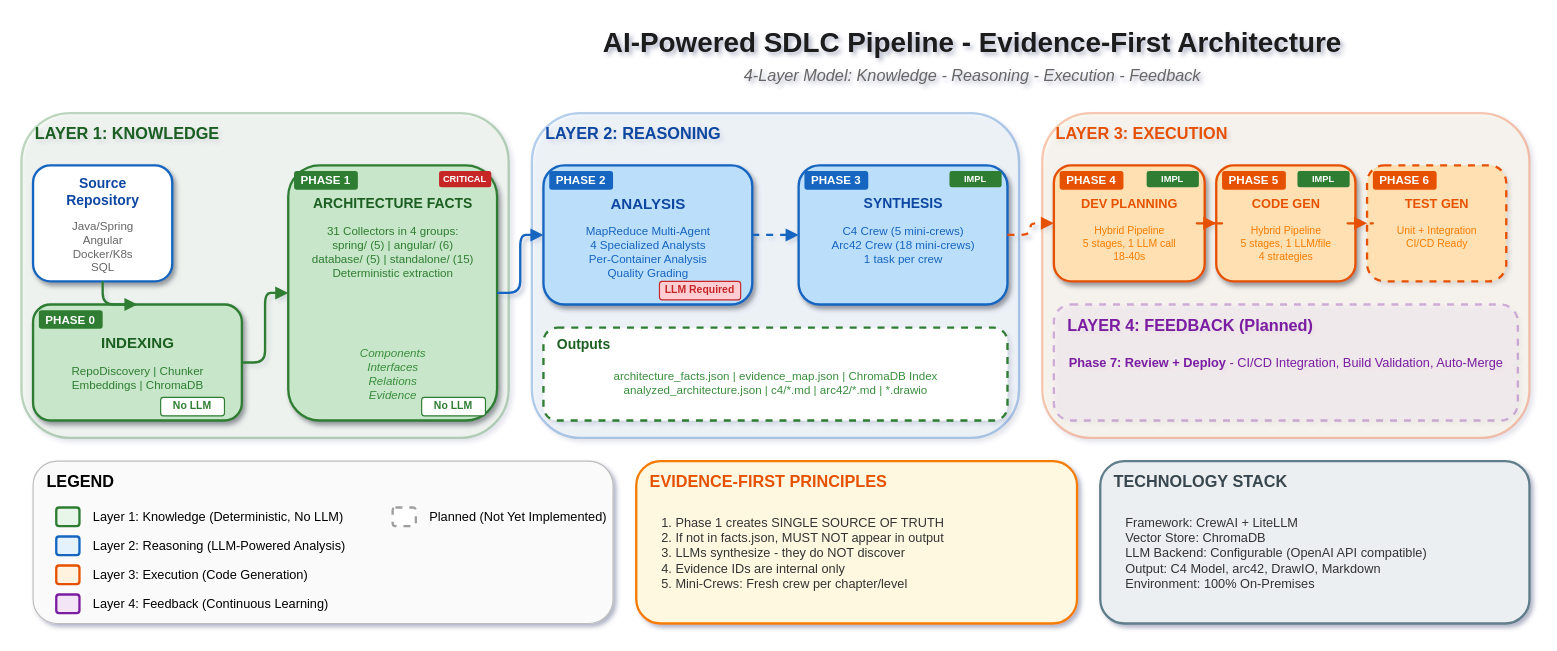
Before: docs/diagrams/pipeline-flow.drawio in aymenmastouri/aicodegencrew, a draw.io diagram. Source tidied: cells renumbered, new cells numbered last; positions are measured from the earlier drawing's top-left corner, leaving out a move shared by most shapes. Both pictures are drawn from the tidied source at 116%, with x=0, y=0 at pixel (21, 20).
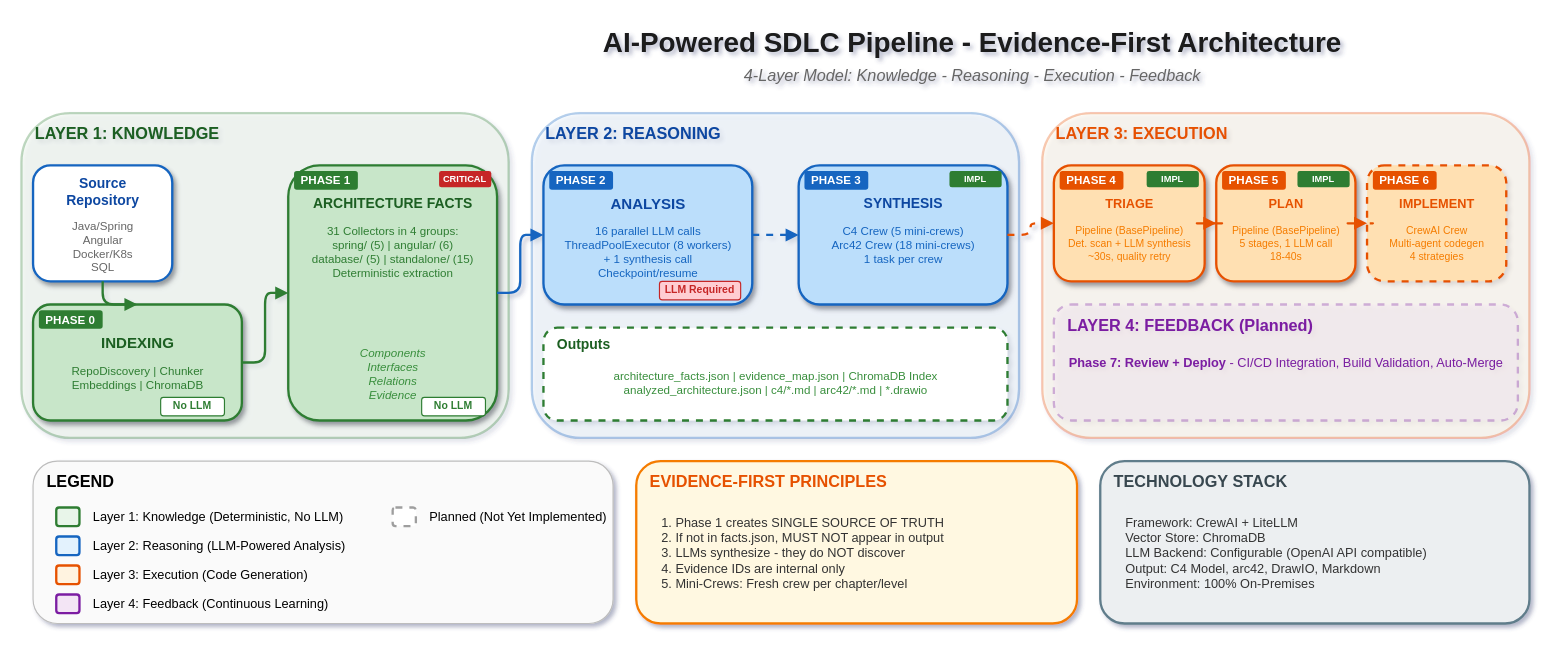
Above is the later version.

What changed in the source:
```diff
@@
-    <mxCell id="26" value="MapReduce Multi-Agent&lt;br&gt;4 Specialized Analysts&lt;br&gt;Per-Container Analysis&lt;br&gt;Quality Grading" style="text;html=1;strokeColor=none;fillColor=none;align=center;verticalAlign=top;fontSize=10;fontColor=#1565C0;" parent="1" vertex="1">
+    <mxCell id="26" value="16 parallel LLM calls&lt;br&gt;ThreadPoolExecutor (8 workers)&lt;br&gt;+ 1 synthesis call&lt;br&gt;Checkpoint/resume" style="text;html=1;strokeColor=none;fillColor=none;align=center;verticalAlign=top;fontSize=10;fontColor=#1565C0;" parent="1" vertex="1">
       <mxGeometry x="450" y="170" width="180" height="55" as="geometry" />
     </mxCell>
@@
-    <mxCell id="41" value="&lt;b&gt;DEV PLANNING&lt;/b&gt;" style="text;html=1;strokeColor=none;fillColor=none;align=center;verticalAlign=middle;fontSize=11;fontColor=#E65100;" parent="1" vertex="1">
+    <mxCell id="41" value="&lt;b&gt;TRIAGE&lt;/b&gt;" style="text;html=1;strokeColor=none;fillColor=none;align=center;verticalAlign=middle;fontSize=11;fontColor=#E65100;" parent="1" vertex="1">
       <mxGeometry x="890" y="148" width="130" height="20" as="geometry" />
     </mxCell>
-    <mxCell id="42" value="Hybrid Pipeline&lt;br&gt;5 stages, 1 LLM call&lt;br&gt;18-40s" style="text;html=1;strokeColor=none;fillColor=none;align=center;verticalAlign=top;fontSize=9;fontColor=#F57C00;" parent="1" vertex="1">
+    <mxCell id="42" value="Pipeline (BasePipeline)&lt;br&gt;Det. scan + LLM synthesis&lt;br&gt;~30s, quality retry" style="text;html=1;strokeColor=none;fillColor=none;align=center;verticalAlign=top;fontSize=9;fontColor=#F57C00;" parent="1" vertex="1">
       <mxGeometry x="890" y="170" width="130" height="45" as="geometry" />
     </mxCell>
@@
-    <mxCell id="46" value="&lt;b&gt;CODE GEN&lt;/b&gt;" style="text;html=1;strokeColor=none;fillColor=none;align=center;verticalAlign=middle;fontSize=11;fontColor=#E65100;" parent="1" vertex="1">
+    <mxCell id="46" value="&lt;b&gt;PLAN&lt;/b&gt;" style="text;html=1;strokeColor=none;fillColor=none;align=center;verticalAlign=middle;fontSize=11;fontColor=#E65100;" parent="1" vertex="1">
       <mxGeometry x="1030" y="148" width="120" height="20" as="geometry" />
     </mxCell>
-    <mxCell id="47" value="Hybrid Pipeline&lt;br&gt;5 stages, 1 LLM/file&lt;br&gt;4 strategies" style="text;html=1;strokeColor=none;fillColor=none;align=center;verticalAlign=top;fontSize=9;fontColor=#F57C00;" parent="1" vertex="1">
+    <mxCell id="47" value="Pipeline (BasePipeline)&lt;br&gt;5 stages, 1 LLM call&lt;br&gt;18-40s" style="text;html=1;strokeColor=none;fillColor=none;align=center;verticalAlign=top;fontSize=9;fontColor=#F57C00;" parent="1" vertex="1">
       <mxGeometry x="1030" y="170" width="120" height="45" as="geometry" />
     </mxCell>
@@
-    <mxCell id="50" value="&lt;b&gt;TEST GEN&lt;/b&gt;" style="text;html=1;strokeColor=none;fillColor=none;align=center;verticalAlign=middle;fontSize=11;fontColor=#E65100;" parent="1" vertex="1">
+    <mxCell id="50" value="&lt;b&gt;IMPLEMENT&lt;/b&gt;" style="text;html=1;strokeColor=none;fillColor=none;align=center;verticalAlign=middle;fontSize=11;fontColor=#E65100;" parent="1" vertex="1">
       <mxGeometry x="1160" y="148" width="120" height="20" as="geometry" />
     </mxCell>
-    <mxCell id="51" value="Unit + Integration&lt;br&gt;CI/CD Ready" style="text;html=1;strokeColor=none;fillColor=none;align=center;verticalAlign=top;fontSize=9;fontColor=#F57C00;" parent="1" vertex="1">
+    <mxCell id="51" value="CrewAI Crew&lt;br&gt;Multi-agent codegen&lt;br&gt;4 strategies" style="text;html=1;strokeColor=none;fillColor=none;align=center;verticalAlign=top;fontSize=9;fontColor=#F57C00;" parent="1" vertex="1">
       <mxGeometry x="1160" y="170" width="120" height="35" as="geometry" />
     </mxCell>
```
